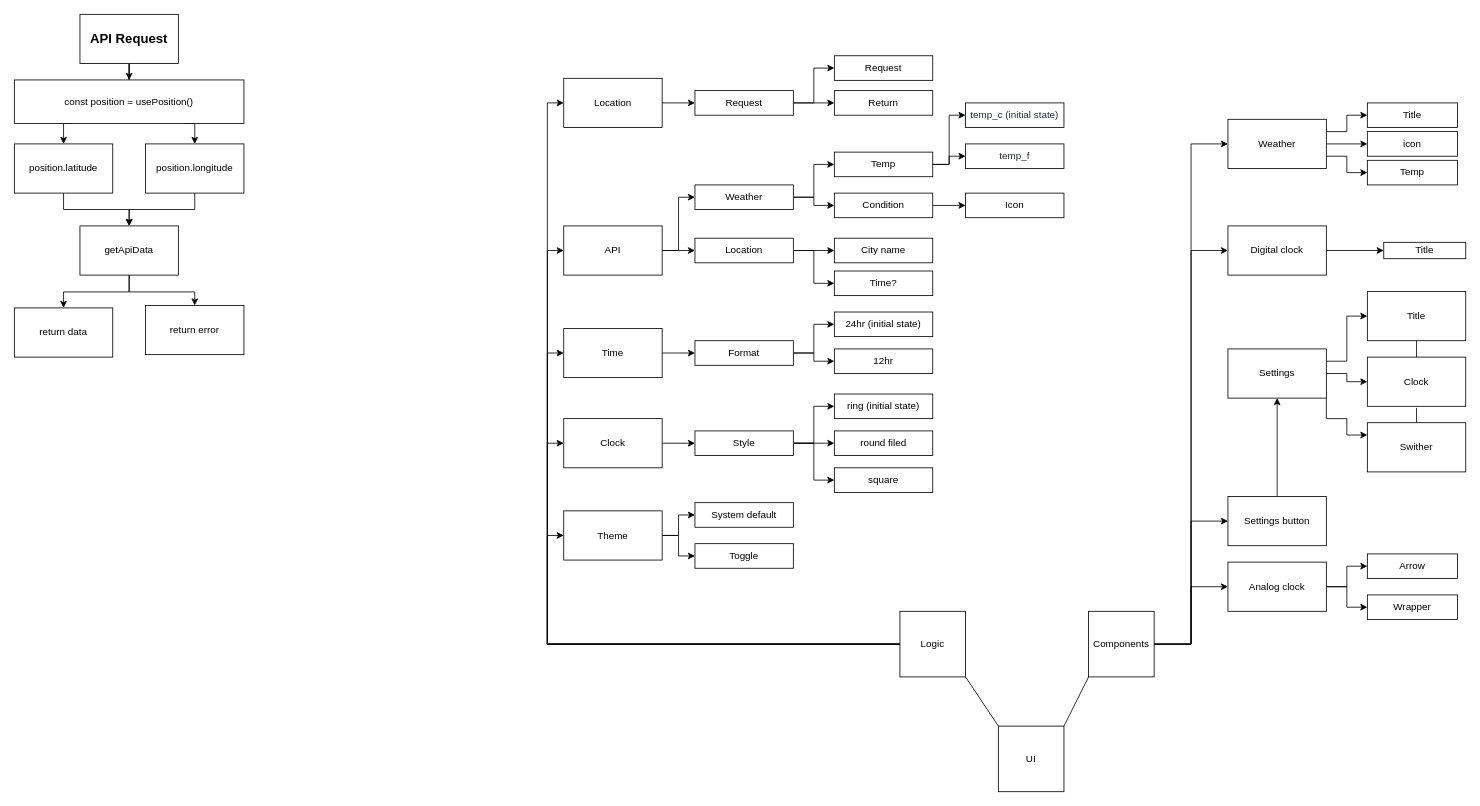
daniknewgarden/react-clock keeps this draw.io diagram as draw.io/react-clock.drawio. Above is the earlier version. Source tidied: cells renumbered, new cells numbered last; positions are measured from the earlier drawing's top-left corner, leaving out a move shared by most shapes. Both pictures are drawn from the tidied source at 82%, with x=0, y=0 at pixel (14, 14).
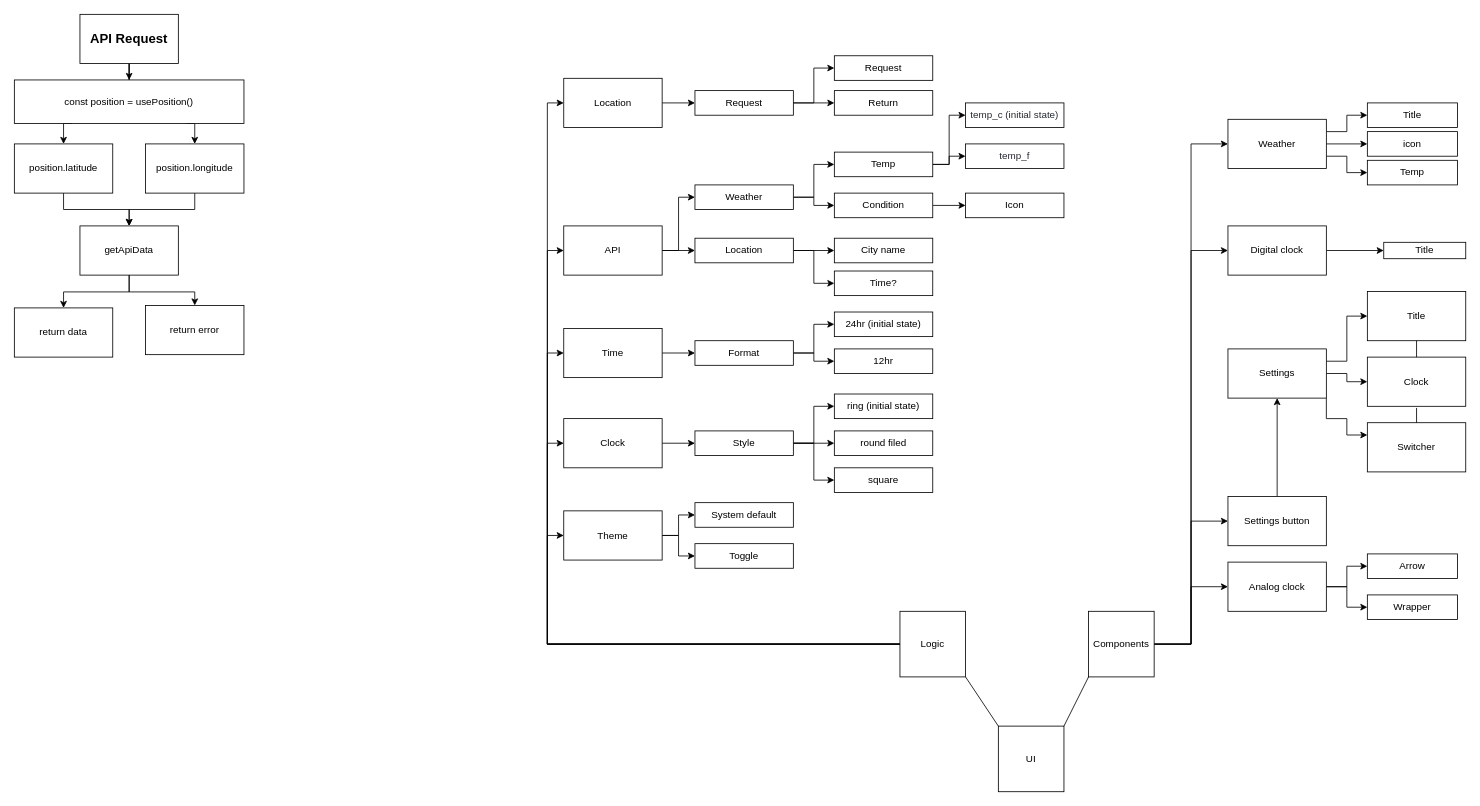
The same diagram, later.

Commit message (it also covers changes not shown here):
Aded weather temperature and condition icon

Change to the diagram source:
```diff
@@
-    <mxCell id="33" value="Swither" style="rounded=0;whiteSpace=wrap;html=1;" parent="1" vertex="1">
+    <mxCell id="33" value="Switcher" style="rounded=0;whiteSpace=wrap;html=1;" parent="1" vertex="1">
       <mxGeometry x="1650" y="498" width="120" height="60" as="geometry" />
     </mxCell>
```
